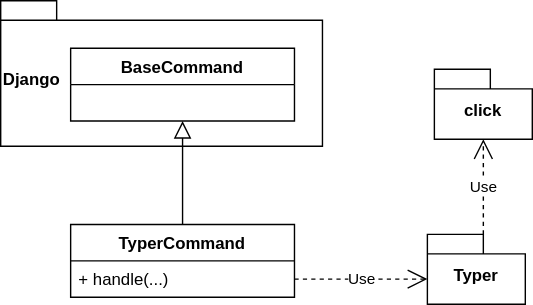
This is doc/source/_static/img/django_typer_upstream.svg from django-commons/django-typer, a draw.io export, as it was before one commit. Source tidied: cells renumbered, new cells last; positions are measured from the earlier drawing's top-left corner, leaving out a move shared by most shapes. Its diagram source:
```xml
<mxGraphModel>
  <root>
    <mxCell id="0" />
    <mxCell id="1" parent="0" />
    <mxCell id="2" value="click" style="shape=folder;fontStyle=1;spacingTop=10;tabWidth=40;tabHeight=14;tabPosition=left;html=1;whiteSpace=wrap;" parent="1" vertex="1">
      <mxGeometry x="310" y="49" width="70" height="50" as="geometry" />
    </mxCell>
    <mxCell id="3" value="Typer" style="shape=folder;fontStyle=1;spacingTop=10;tabWidth=40;tabHeight=14;tabPosition=left;html=1;whiteSpace=wrap;" parent="1" vertex="1">
      <mxGeometry x="305" y="167" width="70" height="50" as="geometry" />
    </mxCell>
    <mxCell id="4" value="TyperCommand" style="swimlane;fontStyle=1;align=center;verticalAlign=top;horizontal=1;startSize=26;whiteSpace=wrap;html=1;" parent="1" vertex="1">
      <mxGeometry x="50" y="160" width="160" height="52" as="geometry" />
    </mxCell>
    <mxCell id="5" value="+ handle(...)" style="text;strokeColor=none;fillColor=none;align=left;verticalAlign=top;spacingLeft=4;spacingRight=4;overflow=hidden;points=[[0,0.5],[1,0.5]];portConstraint=eastwest;whiteSpace=wrap;html=1;" parent="4" vertex="1">
      <mxGeometry y="26" width="160" height="26" as="geometry" />
    </mxCell>
    <mxCell id="6" style="group;" parent="1" vertex="1">
      <mxGeometry width="230" height="104" as="geometry" />
    </mxCell>
    <mxCell id="7" value="Django" style="shape=folder;fontStyle=1;spacingTop=10;tabWidth=40;tabHeight=14;tabPosition=left;html=1;whiteSpace=wrap;align=left;" parent="6" vertex="1">
      <mxGeometry width="230" height="104" as="geometry" />
    </mxCell>
    <mxCell id="8" value="BaseCommand" style="swimlane;fontStyle=1;align=center;verticalAlign=top;horizontal=1;startSize=26;whiteSpace=wrap;html=1;" parent="6" vertex="1">
      <mxGeometry x="50" y="34" width="160" height="52" as="geometry" />
    </mxCell>
    <mxCell id="9" style="endArrow=block;endSize=10;endFill=0;shadow=0;strokeWidth=1;rounded=0;edgeStyle=elbowEdgeStyle;elbow=vertical;entryX=0.5;entryY=1;entryDx=0;entryDy=0;exitX=0.5;exitY=0;exitDx=0;exitDy=0;" parent="1" edge="1" source="4" target="8">
      <mxGeometry relative="1" as="geometry" />
    </mxCell>
    <mxCell id="10" value="Use" style="endArrow=open;endSize=12;dashed=1;html=1;rounded=0;entryX=0;entryY=0;entryDx=0;entryDy=32;entryPerimeter=0;exitX=1;exitY=0.5;exitDx=0;exitDy=0;" parent="1" edge="1" source="5" target="3">
      <mxGeometry relative="1" as="geometry" />
    </mxCell>
    <mxCell id="11" value="Use" style="endArrow=open;endSize=12;dashed=1;html=1;rounded=0;entryX=0.5;entryY=1;entryDx=0;entryDy=0;entryPerimeter=0;exitX=0;exitY=0;exitDx=40;exitDy=0;exitPerimeter=0;" parent="1" edge="1" source="3" target="2">
      <mxGeometry relative="1" as="geometry" />
    </mxCell>
  </root>
</mxGraphModel>
```
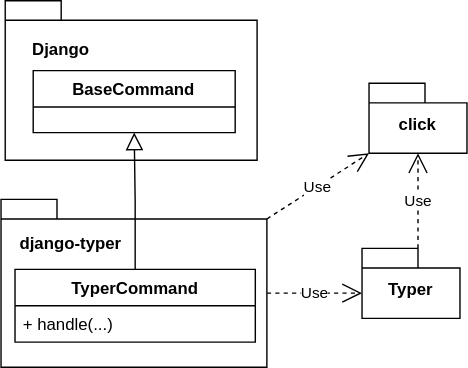
After the commit.

Commit message:
refactor command context to be a context manager on the TyperCommand class. This is just cleaner

Change to the diagram source:
```diff
@@ -8,29 +8,44 @@
     <mxCell id="3" value="Typer" style="shape=folder;fontStyle=1;spacingTop=10;tabWidth=40;tabHeight=14;tabPosition=left;html=1;whiteSpace=wrap;" parent="1" vertex="1">
       <mxGeometry x="305" y="167" width="70" height="50" as="geometry" />
     </mxCell>
-    <mxCell id="4" value="TyperCommand" style="swimlane;fontStyle=1;align=center;verticalAlign=top;horizontal=1;startSize=26;whiteSpace=wrap;html=1;" parent="1" vertex="1">
-      <mxGeometry x="50" y="160" width="160" height="52" as="geometry" />
-    </mxCell>
-    <mxCell id="5" value="+ handle(...)" style="text;strokeColor=none;fillColor=none;align=left;verticalAlign=top;spacingLeft=4;spacingRight=4;overflow=hidden;points=[[0,0.5],[1,0.5]];portConstraint=eastwest;whiteSpace=wrap;html=1;" parent="4" vertex="1">
-      <mxGeometry y="26" width="160" height="26" as="geometry" />
-    </mxCell>
     <mxCell id="6" style="group;" parent="1" vertex="1">
-      <mxGeometry width="230" height="104" as="geometry" />
+      <mxGeometry x="50" y="-10" width="180" height="114" as="geometry" />
     </mxCell>
-    <mxCell id="7" value="Django" style="shape=folder;fontStyle=1;spacingTop=10;tabWidth=40;tabHeight=14;tabPosition=left;html=1;whiteSpace=wrap;align=left;" parent="6" vertex="1">
-      <mxGeometry width="230" height="104" as="geometry" />
+    <mxCell id="7" style="shape=folder;fontStyle=1;spacingTop=10;tabWidth=40;tabHeight=14;tabPosition=left;html=1;whiteSpace=wrap;align=left;" parent="6" vertex="1">
+      <mxGeometry width="180" height="114" as="geometry" />
     </mxCell>
     <mxCell id="8" value="BaseCommand" style="swimlane;fontStyle=1;align=center;verticalAlign=top;horizontal=1;startSize=26;whiteSpace=wrap;html=1;" parent="6" vertex="1">
-      <mxGeometry x="50" y="34" width="160" height="52" as="geometry" />
+      <mxGeometry x="20" y="50" width="144.3" height="44.3" as="geometry" />
     </mxCell>
-    <mxCell id="9" style="endArrow=block;endSize=10;endFill=0;shadow=0;strokeWidth=1;rounded=0;edgeStyle=elbowEdgeStyle;elbow=vertical;entryX=0.5;entryY=1;entryDx=0;entryDy=0;exitX=0.5;exitY=0;exitDx=0;exitDy=0;" parent="1" edge="1" source="4" target="8">
-      <mxGeometry relative="1" as="geometry" />
-    </mxCell>
+    <mxCell id="12" value="&lt;b&gt;Django&lt;/b&gt;" style="text;html=1;align=center;verticalAlign=middle;whiteSpace=wrap;rounded=0;" parent="6" vertex="1">
+      <mxGeometry x="10" y="20" width="60" height="30" as="geometry" />
+    </mxCell>
-    <mxCell id="10" value="Use" style="endArrow=open;endSize=12;dashed=1;html=1;rounded=0;entryX=0;entryY=0;entryDx=0;entryDy=32;entryPerimeter=0;exitX=1;exitY=0.5;exitDx=0;exitDy=0;" parent="1" edge="1" source="5" target="3">
+    <mxCell id="10" value="Use" style="endArrow=open;endSize=12;dashed=1;html=1;rounded=0;entryX=0;entryY=0;entryDx=0;entryDy=32;entryPerimeter=0;exitX=0;exitY=0;exitDx=190;exitDy=67;exitPerimeter=0;" parent="1" edge="1" source="15" target="3">
       <mxGeometry relative="1" as="geometry" />
     </mxCell>
     <mxCell id="11" value="Use" style="endArrow=open;endSize=12;dashed=1;html=1;rounded=0;entryX=0.5;entryY=1;entryDx=0;entryDy=0;entryPerimeter=0;exitX=0;exitY=0;exitDx=40;exitDy=0;exitPerimeter=0;" parent="1" edge="1" source="3" target="2">
       <mxGeometry relative="1" as="geometry" />
     </mxCell>
+    <mxCell id="13" value="Use" style="endArrow=open;endSize=12;dashed=1;html=1;rounded=0;entryX=0;entryY=0;entryDx=0;entryDy=50;entryPerimeter=0;exitX=0;exitY=0;exitDx=190;exitDy=14;exitPerimeter=0;" parent="1" edge="1" source="15" target="2">
+      <mxGeometry relative="1" as="geometry" />
+    </mxCell>
+    <mxCell id="14" style="group;" parent="1" vertex="1">
+      <mxGeometry x="47" y="132" width="190" height="120" as="geometry" />
+    </mxCell>
+    <mxCell id="15" style="shape=folder;fontStyle=1;spacingTop=10;tabWidth=40;tabHeight=14;tabPosition=left;html=1;whiteSpace=wrap;align=left;" parent="14" vertex="1">
+      <mxGeometry width="190" height="120" as="geometry" />
+    </mxCell>
+    <mxCell id="4" value="TyperCommand" style="swimlane;fontStyle=1;align=center;verticalAlign=top;horizontal=1;startSize=26;whiteSpace=wrap;html=1;" parent="14" vertex="1">
+      <mxGeometry x="10" y="50" width="171.7" height="52" as="geometry" />
+    </mxCell>
+    <mxCell id="5" value="+ handle(...)" style="text;strokeColor=none;fillColor=none;align=left;verticalAlign=top;spacingLeft=4;spacingRight=4;overflow=hidden;points=[[0,0.5],[1,0.5]];portConstraint=eastwest;whiteSpace=wrap;html=1;" parent="4" vertex="1">
+      <mxGeometry y="26" width="171.7" height="26" as="geometry" />
+    </mxCell>
+    <mxCell id="16" value="&lt;b&gt;django-typer&lt;/b&gt;" style="text;html=1;align=center;verticalAlign=middle;whiteSpace=wrap;rounded=0;" parent="14" vertex="1">
+      <mxGeometry x="10" y="17" width="80" height="30" as="geometry" />
+    </mxCell>
+    <mxCell id="9" style="endArrow=block;endSize=10;endFill=0;shadow=0;strokeWidth=1;rounded=0;edgeStyle=elbowEdgeStyle;elbow=vertical;entryX=0.5;entryY=1;entryDx=0;entryDy=0;exitX=0.5;exitY=0;exitDx=0;exitDy=0;" parent="1" edge="1" source="4" target="8">
+      <mxGeometry relative="1" as="geometry" />
+    </mxCell>
   </root>
 </mxGraphModel>
```
